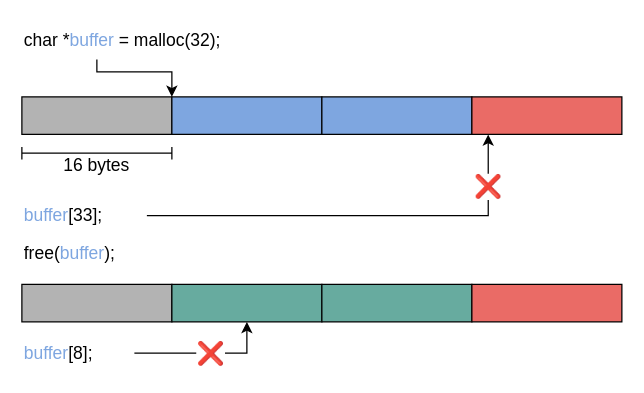
Earlier version of the draw.io diagram figures/sources/mte.drawio (martin-fink/msc-thesis). Source tidied: cells renumbered, new cells numbered last; positions are measured from the earlier drawing's top-left corner, leaving out a move shared by most shapes. Both pictures are drawn from the tidied source at 125%, with x=0, y=0 at pixel (21, 21).
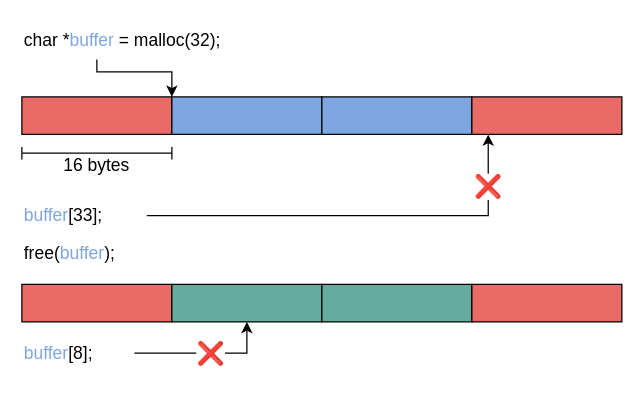
The same diagram, later.

Change to the diagram source:
```diff
@@
-    <mxCell id="2" style="rounded=0;whiteSpace=wrap;html=1;fillStyle=auto;fillColor=#B3B3B3;fontFamily=Computer Modern;" parent="1" vertex="1">
+    <mxCell id="2" style="rounded=0;whiteSpace=wrap;html=1;fillStyle=auto;fillColor=#ea6b66;fontFamily=Computer Modern;" parent="1" vertex="1">
       <mxGeometry y="60" width="120" height="30" as="geometry" />
     </mxCell>
@@
-    <mxCell id="17" style="rounded=0;whiteSpace=wrap;html=1;fillStyle=auto;fillColor=#B3B3B3;fontFamily=Computer Modern;" parent="1" vertex="1">
+    <mxCell id="17" style="rounded=0;whiteSpace=wrap;html=1;fillStyle=auto;fillColor=#ea6b66;fontFamily=Computer Modern;" parent="1" vertex="1">
       <mxGeometry y="210" width="120" height="30" as="geometry" />
     </mxCell>
```
